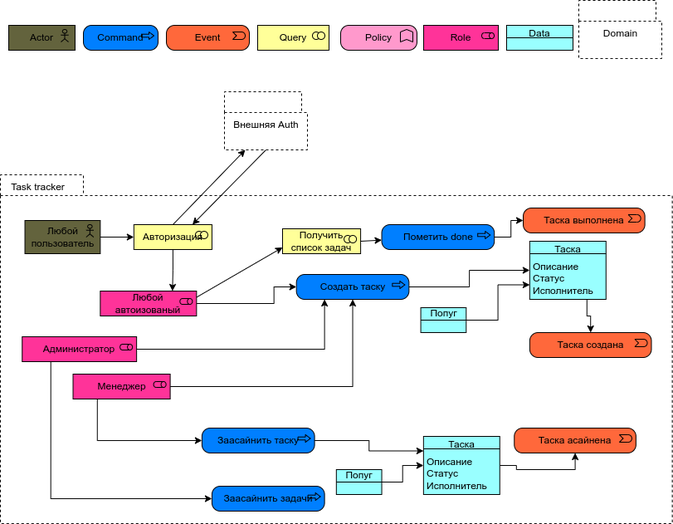
The draw.io diagram design/aTes.drawio.png in UberPopug-Inc/aTES, before a commit. Source tidied: cells renumbered, new cells last; positions are measured from the earlier drawing's top-left corner, leaving out a move shared by most shapes.
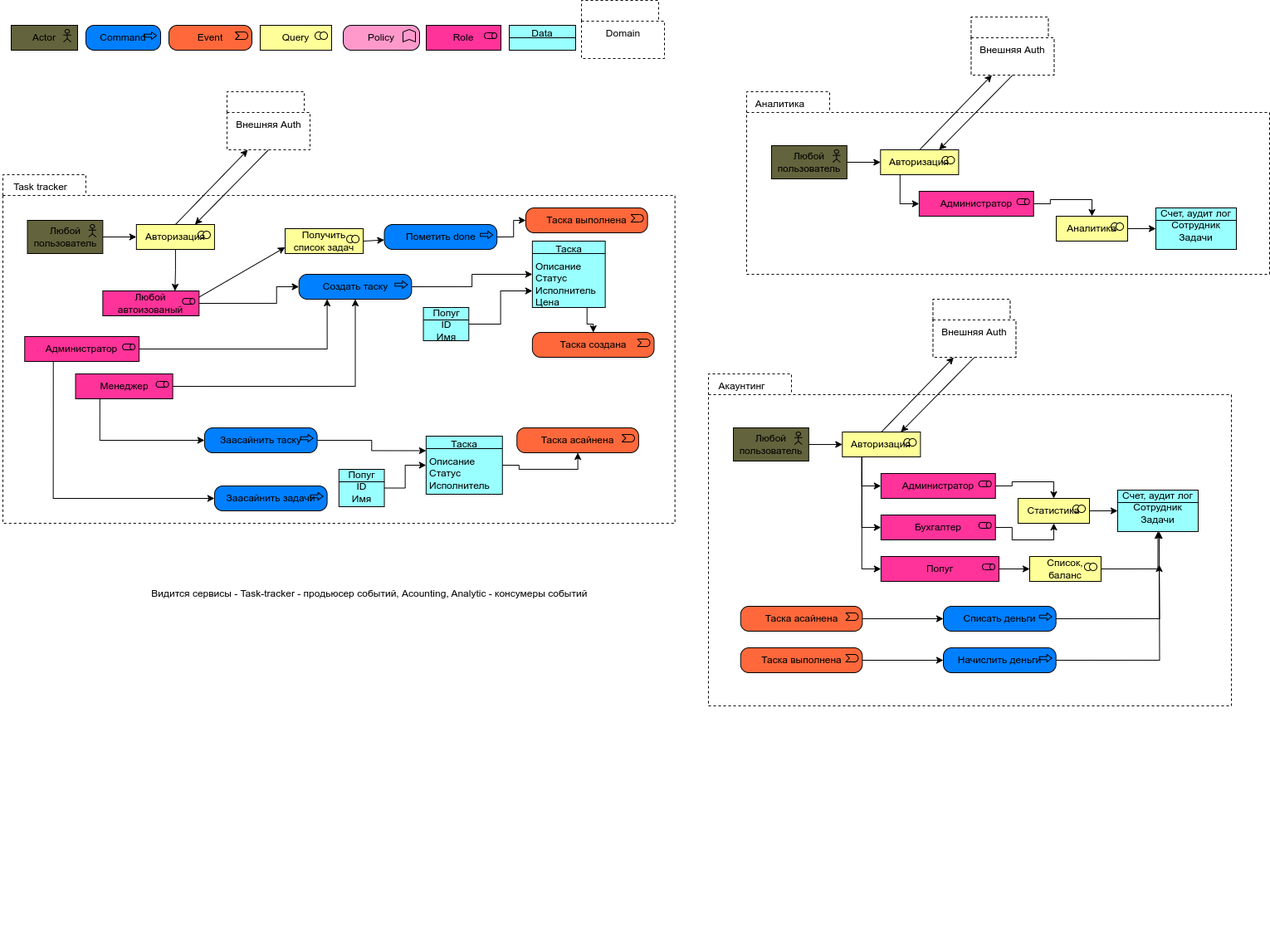
Later version of the same file.

What changed in the source:
```diff
@@ -24,7 +24,7 @@
       <mxGeometry x="697" width="100" height="70" as="geometry" />
     </mxCell>
     <mxCell id="9" style="group;" parent="1" vertex="1">
-      <mxGeometry x="65.7" y="210" width="744" height="420" as="geometry" />
+      <mxGeometry x="65.7" y="210" width="754.4" height="930" as="geometry" />
     </mxCell>
     <mxCell id="10" style="shape=folder;spacingTop=10;tabWidth=100;tabHeight=25;tabPosition=left;html=1;dashed=1;" parent="9" vertex="1">
       <mxGeometry x="-65.6" width="809.6" height="420" as="geometry" />
@@ -44,14 +44,14 @@
     <mxCell id="15" style="edgeStyle=orthogonalEdgeStyle;rounded=0;jettySize=auto;html=1;exitX=0.75;exitY=1;exitDx=0;exitDy=0;exitPerimeter=0;" parent="9" edge="1" source="16" target="26">
       <mxGeometry relative="1" as="geometry" />
     </mxCell>
-    <mxCell id="16" value="&lt;table cellpadding=&quot;0&quot; cellspacing=&quot;0&quot; style=&quot;font-size:1em;width:100%;height:100%;&quot;&gt;&lt;tbody&gt;&lt;tr style=&quot;height:20px;&quot;&gt;&lt;td align=&quot;center&quot;&gt;Таска&lt;/td&gt;&lt;/tr&gt;&lt;tr&gt;&lt;td align=&quot;left&quot; valign=&quot;top&quot; style=&quot;padding:4px;&quot;&gt;Описание&lt;br&gt;Статус&lt;br&gt;Исполнитель&lt;/td&gt;&lt;/tr&gt;&lt;/tbody&gt;&lt;/table&gt;" style="html=1;outlineConnect=0;whiteSpace=wrap;fillColor=#99ffff;shape=mxgraph.archimate3.businessObject;overflow=fill;" parent="9" vertex="1">
-      <mxGeometry x="572.2" y="80" width="91.9" height="70" as="geometry" />
+    <mxCell id="16" value="&lt;table cellpadding=&quot;0&quot; cellspacing=&quot;0&quot; style=&quot;font-size:1em;width:100%;height:100%;&quot;&gt;&lt;tbody&gt;&lt;tr style=&quot;height:20px;&quot;&gt;&lt;td align=&quot;center&quot;&gt;Таска&lt;/td&gt;&lt;/tr&gt;&lt;tr&gt;&lt;td align=&quot;left&quot; valign=&quot;top&quot; style=&quot;padding:4px;&quot;&gt;Описание&lt;br&gt;Статус&lt;br&gt;Исполнитель&lt;br&gt;Цена&lt;/td&gt;&lt;/tr&gt;&lt;/tbody&gt;&lt;/table&gt;" style="html=1;outlineConnect=0;whiteSpace=wrap;fillColor=#99ffff;shape=mxgraph.archimate3.businessObject;overflow=fill;" parent="9" vertex="1">
+      <mxGeometry x="572.2" y="80" width="87.8" height="80" as="geometry" />
     </mxCell>
     <mxCell id="17" style="edgeStyle=orthogonalEdgeStyle;rounded=0;jettySize=auto;html=1;entryX=0;entryY=0.75;entryDx=0;entryDy=0;entryPerimeter=0;" parent="9" edge="1" source="18" target="16">
       <mxGeometry relative="1" as="geometry" />
     </mxCell>
-    <mxCell id="18" value="Попуг&lt;br&gt;&lt;br&gt;&amp;nbsp;" style="html=1;outlineConnect=0;whiteSpace=wrap;fillColor=#99ffff;shape=mxgraph.archimate3.businessObject;overflow=fill;" parent="9" vertex="1">
-      <mxGeometry x="440.9" y="160" width="54.7" height="30" as="geometry" />
+    <mxCell id="18" value="Попуг&lt;br&gt;ID&lt;br&gt;Имя&lt;br&gt;&amp;nbsp;" style="html=1;outlineConnect=0;whiteSpace=wrap;fillColor=#99ffff;shape=mxgraph.archimate3.businessObject;overflow=fill;" parent="9" vertex="1">
+      <mxGeometry x="440.9" y="160" width="54.7" height="40" as="geometry" />
     </mxCell>
     <mxCell id="19" style="edgeStyle=orthogonalEdgeStyle;rounded=0;jettySize=auto;html=1;exitX=1;exitY=0.5;exitDx=0;exitDy=0;exitPerimeter=0;entryX=0;entryY=0.25;entryDx=0;entryDy=0;entryPerimeter=0;" parent="9" edge="1" source="20" target="22">
       <mxGeometry relative="1" as="geometry" />
@@ -62,14 +62,14 @@
     <mxCell id="21" style="edgeStyle=orthogonalEdgeStyle;rounded=0;jettySize=auto;html=1;exitX=1;exitY=0.5;exitDx=0;exitDy=0;exitPerimeter=0;entryX=0.5;entryY=1;entryDx=0;entryDy=0;entryPerimeter=0;" parent="9" edge="1" source="22" target="29">
       <mxGeometry relative="1" as="geometry" />
     </mxCell>
-    <mxCell id="22" value="&lt;table cellpadding=&quot;0&quot; cellspacing=&quot;0&quot; style=&quot;font-size:1em;width:100%;height:100%;&quot;&gt;&lt;tbody&gt;&lt;tr style=&quot;height:20px;&quot;&gt;&lt;td align=&quot;center&quot;&gt;Таска&lt;/td&gt;&lt;/tr&gt;&lt;tr&gt;&lt;td align=&quot;left&quot; valign=&quot;top&quot; style=&quot;padding:4px;&quot;&gt;Описание&lt;br&gt;Статус&lt;br&gt;Исполнитель&lt;/td&gt;&lt;/tr&gt;&lt;/tbody&gt;&lt;/table&gt;" style="html=1;outlineConnect=0;whiteSpace=wrap;fillColor=#99ffff;shape=mxgraph.archimate3.businessObject;overflow=fill;" parent="9" vertex="1">
+    <mxCell id="22" value="&lt;table cellpadding=&quot;0&quot; cellspacing=&quot;0&quot; style=&quot;font-size:1em;width:100%;height:100%;&quot;&gt;&lt;tbody&gt;&lt;tr style=&quot;height:20px;&quot;&gt;&lt;td align=&quot;center&quot;&gt;Таска&lt;/td&gt;&lt;/tr&gt;&lt;tr&gt;&lt;td align=&quot;left&quot; valign=&quot;top&quot; style=&quot;padding:4px;&quot;&gt;Описание&lt;br&gt;Статус&lt;br&gt;Исполнитель&lt;br&gt;&lt;/td&gt;&lt;/tr&gt;&lt;/tbody&gt;&lt;/table&gt;" style="html=1;outlineConnect=0;whiteSpace=wrap;fillColor=#99ffff;shape=mxgraph.archimate3.businessObject;overflow=fill;" parent="9" vertex="1">
       <mxGeometry x="444.2" y="315" width="91.9" height="70" as="geometry" />
     </mxCell>
     <mxCell id="23" style="edgeStyle=orthogonalEdgeStyle;rounded=0;jettySize=auto;html=1;exitX=1;exitY=0.5;exitDx=0;exitDy=0;exitPerimeter=0;" parent="9" edge="1" source="24" target="22">
       <mxGeometry relative="1" as="geometry" />
     </mxCell>
-    <mxCell id="24" value="Попуг&lt;br&gt;&lt;br&gt;&amp;nbsp;" style="html=1;outlineConnect=0;whiteSpace=wrap;fillColor=#99ffff;shape=mxgraph.archimate3.businessObject;overflow=fill;" parent="9" vertex="1">
-      <mxGeometry x="339.2" y="355" width="54.7" height="30" as="geometry" />
+    <mxCell id="24" value="Попуг&lt;br&gt;ID&lt;br style=&quot;border-color: var(--border-color);&quot;&gt;Имя&lt;br style=&quot;border-color: var(--border-color);&quot;&gt;&amp;nbsp;&lt;br&gt;&amp;nbsp;" style="html=1;outlineConnect=0;whiteSpace=wrap;fillColor=#99ffff;shape=mxgraph.archimate3.businessObject;overflow=fill;" parent="9" vertex="1">
+      <mxGeometry x="339.2" y="355" width="54.7" height="45" as="geometry" />
     </mxCell>
     <mxCell id="25" value="Заасайнить задачи" style="html=1;outlineConnect=0;whiteSpace=wrap;fillColor=#007FFF;shape=mxgraph.archimate3.application;appType=proc;archiType=rounded;" parent="9" vertex="1">
       <mxGeometry x="189.3" y="375" width="135.7" height="30" as="geometry" />
@@ -136,6 +136,109 @@
     <mxCell id="44" value="Task tracker" style="text;html=1;align=center;verticalAlign=middle;strokeColor=none;fillColor=none;" parent="9" vertex="1">
       <mxGeometry x="-65.7" width="90" height="30" as="geometry" />
     </mxCell>
+    <mxCell id="49" style="group;" parent="9" vertex="1">
+      <mxGeometry x="-68.6" y="530" width="800" height="400" as="geometry" />
+    </mxCell>
+    <mxCell id="50" style="shape=folder;spacingTop=10;tabWidth=100;tabHeight=25;tabPosition=left;html=1;dashed=1;" parent="49" vertex="1">
+      <mxGeometry x="853" y="-290" width="630" height="400" as="geometry" />
+    </mxCell>
+    <mxCell id="51" value="Акаунтинг" style="text;html=1;align=center;verticalAlign=middle;strokeColor=none;fillColor=none;" parent="49" vertex="1">
+      <mxGeometry x="853" y="-290" width="80" height="30" as="geometry" />
+    </mxCell>
+    <mxCell id="52" style="edgeStyle=orthogonalEdgeStyle;rounded=0;jettySize=auto;html=1;exitX=1;exitY=0.5;exitDx=0;exitDy=0;exitPerimeter=0;entryX=0.5;entryY=0;entryDx=0;entryDy=0;entryPerimeter=0;" parent="49" edge="1" source="53" target="72">
+      <mxGeometry relative="1" as="geometry" />
+    </mxCell>
+    <mxCell id="53" value="Администратор" style="html=1;outlineConnect=0;whiteSpace=wrap;fillColor=#FF3399;shape=mxgraph.archimate3.application;appType=role;archiType=square;" parent="49" vertex="1">
+      <mxGeometry x="1060.9" y="-170" width="137.9" height="30" as="geometry" />
+    </mxCell>
+    <mxCell id="54" style="edgeStyle=orthogonalEdgeStyle;rounded=0;jettySize=auto;html=1;exitX=1;exitY=0.5;exitDx=0;exitDy=0;exitPerimeter=0;entryX=0.5;entryY=1;entryDx=0;entryDy=0;entryPerimeter=0;" parent="49" edge="1" source="55" target="72">
+      <mxGeometry relative="1" as="geometry" />
+    </mxCell>
+    <mxCell id="55" value="Бухгалтер" style="html=1;outlineConnect=0;whiteSpace=wrap;fillColor=#FF3399;shape=mxgraph.archimate3.application;appType=role;archiType=square;" parent="49" vertex="1">
+      <mxGeometry x="1060.9" y="-120" width="137.9" height="30" as="geometry" />
+    </mxCell>
+    <mxCell id="56" style="group;" parent="49" vertex="1">
+      <mxGeometry x="883" y="-380" width="340.5" height="195" as="geometry" />
+    </mxCell>
+    <mxCell id="57" value="Любой пользователь" style="html=1;outlineConnect=0;whiteSpace=wrap;fillColor=#63633D;shape=mxgraph.archimate3.application;appType=actor;archiType=square;" parent="56" vertex="1">
+      <mxGeometry y="155" width="90.8" height="40" as="geometry" />
+    </mxCell>
+    <mxCell id="58" value="Авторизация" style="html=1;outlineConnect=0;whiteSpace=wrap;fillColor=#ffff99;shape=mxgraph.archimate3.application;appType=collab;archiType=square;" parent="56" vertex="1">
+      <mxGeometry x="131.3" y="160" width="94.1" height="30" as="geometry" />
+    </mxCell>
+    <mxCell id="59" style="edgeStyle=orthogonalEdgeStyle;rounded=0;jettySize=auto;html=1;exitX=1;exitY=0.5;exitDx=0;exitDy=0;exitPerimeter=0;entryX=0;entryY=0.5;entryDx=0;entryDy=0;entryPerimeter=0;" parent="56" edge="1" source="57" target="58">
+      <mxGeometry relative="1" as="geometry" />
+    </mxCell>
+    <mxCell id="60" style="rounded=0;jettySize=auto;html=1;exitX=0.5;exitY=1;exitDx=0;exitDy=0;exitPerimeter=0;entryX=0.75;entryY=0;entryDx=0;entryDy=0;entryPerimeter=0;" parent="56" edge="1" source="61" target="58">
+      <mxGeometry relative="1" as="geometry" />
+    </mxCell>
+    <mxCell id="61" value="Внешняя Auth" style="shape=folder;spacingTop=10;tabWidth=100;tabHeight=25;tabPosition=left;html=1;dashed=1;" parent="56" vertex="1">
+      <mxGeometry x="240.5" width="100" height="70" as="geometry" />
+    </mxCell>
+    <mxCell id="62" style="rounded=0;jettySize=auto;html=1;exitX=0.5;exitY=0;exitDx=0;exitDy=0;exitPerimeter=0;entryX=0.25;entryY=1;entryDx=0;entryDy=0;entryPerimeter=0;" parent="56" edge="1" source="58" target="61">
+      <mxGeometry relative="1" as="geometry" />
+    </mxCell>
+    <mxCell id="63" style="edgeStyle=orthogonalEdgeStyle;rounded=0;jettySize=auto;html=1;exitX=0.25;exitY=1;exitDx=0;exitDy=0;exitPerimeter=0;entryX=0;entryY=0.5;entryDx=0;entryDy=0;entryPerimeter=0;" parent="49" edge="1" source="58" target="53">
+      <mxGeometry relative="1" as="geometry" />
+    </mxCell>
+    <mxCell id="64" style="edgeStyle=orthogonalEdgeStyle;rounded=0;jettySize=auto;html=1;exitX=0.25;exitY=1;exitDx=0;exitDy=0;exitPerimeter=0;entryX=0;entryY=0.5;entryDx=0;entryDy=0;entryPerimeter=0;" parent="49" edge="1" source="58" target="55">
+      <mxGeometry relative="1" as="geometry" />
+    </mxCell>
+    <mxCell id="65" style="edgeStyle=orthogonalEdgeStyle;rounded=0;jettySize=auto;html=1;exitX=1;exitY=0.5;exitDx=0;exitDy=0;exitPerimeter=0;entryX=0;entryY=0.5;entryDx=0;entryDy=0;entryPerimeter=0;" parent="49" edge="1" source="66" target="70">
+      <mxGeometry relative="1" as="geometry" />
+    </mxCell>
+    <mxCell id="66" value="Попуг" style="html=1;outlineConnect=0;whiteSpace=wrap;fillColor=#FF3399;shape=mxgraph.archimate3.application;appType=role;archiType=square;" parent="49" vertex="1">
+      <mxGeometry x="1060.9" y="-70" width="142.1" height="30" as="geometry" />
+    </mxCell>
+    <mxCell id="67" style="edgeStyle=orthogonalEdgeStyle;rounded=0;jettySize=auto;html=1;exitX=0.25;exitY=1;exitDx=0;exitDy=0;exitPerimeter=0;entryX=0;entryY=0.5;entryDx=0;entryDy=0;entryPerimeter=0;" parent="49" edge="1" source="58" target="66">
+      <mxGeometry relative="1" as="geometry" />
+    </mxCell>
+    <mxCell id="68" value="Счет, аудит лог&lt;br&gt;Сотрудник&lt;br&gt;Задачи" style="html=1;outlineConnect=0;whiteSpace=wrap;fillColor=#99ffff;shape=mxgraph.archimate3.businessObject;overflow=fill;" parent="49" vertex="1">
+      <mxGeometry x="1346" y="-150" width="97" height="50" as="geometry" />
+    </mxCell>
+    <mxCell id="69" style="edgeStyle=orthogonalEdgeStyle;rounded=0;jettySize=auto;html=1;exitX=1;exitY=0.5;exitDx=0;exitDy=0;exitPerimeter=0;entryX=0.5;entryY=1;entryDx=0;entryDy=0;entryPerimeter=0;" parent="49" edge="1" source="70" target="68">
+      <mxGeometry relative="1" as="geometry" />
+    </mxCell>
+    <mxCell id="70" value="Список, баланс" style="html=1;outlineConnect=0;whiteSpace=wrap;fillColor=#ffff99;shape=mxgraph.archimate3.application;appType=collab;archiType=square;" parent="49" vertex="1">
+      <mxGeometry x="1240" y="-70" width="86" height="30" as="geometry" />
+    </mxCell>
+    <mxCell id="71" style="edgeStyle=orthogonalEdgeStyle;rounded=0;jettySize=auto;html=1;exitX=1;exitY=0.5;exitDx=0;exitDy=0;exitPerimeter=0;entryX=0;entryY=0.5;entryDx=0;entryDy=0;entryPerimeter=0;" parent="49" edge="1" source="72" target="68">
+      <mxGeometry relative="1" as="geometry" />
+    </mxCell>
+    <mxCell id="72" value="Статистика" style="html=1;outlineConnect=0;whiteSpace=wrap;fillColor=#ffff99;shape=mxgraph.archimate3.application;appType=collab;archiType=square;" parent="49" vertex="1">
+      <mxGeometry x="1226" y="-140" width="86" height="30" as="geometry" />
+    </mxCell>
+    <mxCell id="73" style="edgeStyle=orthogonalEdgeStyle;rounded=0;jettySize=auto;html=1;exitX=1;exitY=0.5;exitDx=0;exitDy=0;exitPerimeter=0;entryX=0;entryY=0.5;entryDx=0;entryDy=0;entryPerimeter=0;" parent="49" edge="1" source="74" target="78">
+      <mxGeometry relative="1" as="geometry" />
+    </mxCell>
+    <mxCell id="74" value="Таска асайнена" style="html=1;outlineConnect=0;whiteSpace=wrap;fillColor=#FF683B;shape=mxgraph.archimate3.application;appType=event;archiType=rounded;" parent="49" vertex="1">
+      <mxGeometry x="891.8" y="-10" width="146.6" height="30" as="geometry" />
+    </mxCell>
+    <mxCell id="75" style="edgeStyle=orthogonalEdgeStyle;rounded=0;jettySize=auto;html=1;exitX=1;exitY=0.5;exitDx=0;exitDy=0;exitPerimeter=0;entryX=0;entryY=0.5;entryDx=0;entryDy=0;entryPerimeter=0;" parent="49" edge="1" source="76" target="80">
+      <mxGeometry relative="1" as="geometry" />
+    </mxCell>
+    <mxCell id="76" value="Таска выполнена" style="html=1;outlineConnect=0;whiteSpace=wrap;fillColor=#FF683B;shape=mxgraph.archimate3.application;appType=event;archiType=rounded;" parent="49" vertex="1">
+      <mxGeometry x="891.8" y="40" width="146.6" height="30" as="geometry" />
+    </mxCell>
+    <mxCell id="77" style="edgeStyle=orthogonalEdgeStyle;rounded=0;jettySize=auto;html=1;exitX=1;exitY=0.5;exitDx=0;exitDy=0;exitPerimeter=0;" parent="49" edge="1" source="78">
+      <mxGeometry relative="1" as="geometry">
+        <mxPoint x="1396" y="-60" as="targetPoint" />
+      </mxGeometry>
+    </mxCell>
+    <mxCell id="78" value="Списать деньги" style="html=1;outlineConnect=0;whiteSpace=wrap;fillColor=#007FFF;shape=mxgraph.archimate3.application;appType=proc;archiType=rounded;" parent="49" vertex="1">
+      <mxGeometry x="1136" y="-10" width="135.7" height="30" as="geometry" />
+    </mxCell>
+    <mxCell id="79" style="edgeStyle=orthogonalEdgeStyle;rounded=0;jettySize=auto;html=1;exitX=1;exitY=0.5;exitDx=0;exitDy=0;exitPerimeter=0;" parent="49" edge="1" source="80">
+      <mxGeometry relative="1" as="geometry">
+        <mxPoint x="1396" y="-100" as="targetPoint" />
+      </mxGeometry>
+    </mxCell>
+    <mxCell id="80" value="Начислить деньги" style="html=1;outlineConnect=0;whiteSpace=wrap;fillColor=#007FFF;shape=mxgraph.archimate3.application;appType=proc;archiType=rounded;" parent="49" vertex="1">
+      <mxGeometry x="1136" y="40" width="135.7" height="30" as="geometry" />
+    </mxCell>
+    <mxCell id="81" value="Видится сервисы - Task-tracker - продьюсер событий, Acounting, Analytic - консумеры событий&amp;nbsp;" style="text;html=1;align=center;verticalAlign=middle;strokeColor=none;fillColor=none;" parent="9" vertex="1">
+      <mxGeometry x="102.2" y="490" width="550" height="30" as="geometry" />
+    </mxCell>
     <mxCell id="45" value="&lt;table cellpadding=&quot;0&quot; cellspacing=&quot;0&quot; style=&quot;font-size:1em;width:100%;height:100%;&quot;&gt;&lt;tbody&gt;&lt;tr style=&quot;height:20px;&quot;&gt;&lt;td align=&quot;center&quot;&gt;Data&lt;/td&gt;&lt;/tr&gt;&lt;tr&gt;&lt;td align=&quot;left&quot; valign=&quot;top&quot; style=&quot;padding:4px;&quot;&gt;&lt;/td&gt;&lt;/tr&gt;&lt;/tbody&gt;&lt;/table&gt;" style="html=1;whiteSpace=wrap;fillColor=#99ffff;shape=mxgraph.archimate3.businessObject;overflow=fill;" parent="1" vertex="1">
       <mxGeometry x="610" y="30" width="80" height="30" as="geometry" />
     </mxCell>
@@ -148,5 +251,50 @@
     <mxCell id="48" style="rounded=0;jettySize=auto;html=1;exitX=0.5;exitY=0;exitDx=0;exitDy=0;exitPerimeter=0;entryX=0.25;entryY=1;entryDx=0;entryDy=0;entryPerimeter=0;" parent="1" edge="1" source="28" target="47">
       <mxGeometry relative="1" as="geometry" />
     </mxCell>
+    <mxCell id="82" style="shape=folder;spacingTop=10;tabWidth=100;tabHeight=25;tabPosition=left;html=1;dashed=1;" parent="1" vertex="1">
+      <mxGeometry x="896" y="110" width="630" height="220" as="geometry" />
+    </mxCell>
+    <mxCell id="83" value="Аналитика" style="text;html=1;align=center;verticalAlign=middle;strokeColor=none;fillColor=none;" parent="1" vertex="1">
+      <mxGeometry x="896" y="110" width="80" height="30" as="geometry" />
+    </mxCell>
+    <mxCell id="84" style="edgeStyle=orthogonalEdgeStyle;rounded=0;jettySize=auto;html=1;exitX=1;exitY=0.5;exitDx=0;exitDy=0;exitPerimeter=0;entryX=0.5;entryY=0;entryDx=0;entryDy=0;entryPerimeter=0;" parent="1" edge="1" source="85" target="96">
+      <mxGeometry relative="1" as="geometry" />
+    </mxCell>
+    <mxCell id="85" value="Администратор" style="html=1;outlineConnect=0;whiteSpace=wrap;fillColor=#FF3399;shape=mxgraph.archimate3.application;appType=role;archiType=square;" parent="1" vertex="1">
+      <mxGeometry x="1103.9" y="230" width="137.9" height="30" as="geometry" />
+    </mxCell>
+    <mxCell id="86" style="group;" parent="1" vertex="1">
+      <mxGeometry x="926" y="20" width="340.5" height="195" as="geometry" />
+    </mxCell>
+    <mxCell id="87" value="Любой пользователь" style="html=1;outlineConnect=0;whiteSpace=wrap;fillColor=#63633D;shape=mxgraph.archimate3.application;appType=actor;archiType=square;" parent="86" vertex="1">
+      <mxGeometry y="155" width="90.8" height="40" as="geometry" />
+    </mxCell>
+    <mxCell id="88" value="Авторизация" style="html=1;outlineConnect=0;whiteSpace=wrap;fillColor=#ffff99;shape=mxgraph.archimate3.application;appType=collab;archiType=square;" parent="86" vertex="1">
+      <mxGeometry x="131.3" y="160" width="94.1" height="30" as="geometry" />
+    </mxCell>
+    <mxCell id="89" style="edgeStyle=orthogonalEdgeStyle;rounded=0;jettySize=auto;html=1;exitX=1;exitY=0.5;exitDx=0;exitDy=0;exitPerimeter=0;entryX=0;entryY=0.5;entryDx=0;entryDy=0;entryPerimeter=0;" parent="86" edge="1" source="87" target="88">
+      <mxGeometry relative="1" as="geometry" />
+    </mxCell>
+    <mxCell id="90" style="rounded=0;jettySize=auto;html=1;exitX=0.5;exitY=1;exitDx=0;exitDy=0;exitPerimeter=0;entryX=0.75;entryY=0;entryDx=0;entryDy=0;entryPerimeter=0;" parent="86" edge="1" source="91" target="88">
+      <mxGeometry relative="1" as="geometry" />
+    </mxCell>
+    <mxCell id="91" value="Внешняя Auth" style="shape=folder;spacingTop=10;tabWidth=100;tabHeight=25;tabPosition=left;html=1;dashed=1;" parent="86" vertex="1">
+      <mxGeometry x="240.5" width="100" height="70" as="geometry" />
+    </mxCell>
+    <mxCell id="92" style="rounded=0;jettySize=auto;html=1;exitX=0.5;exitY=0;exitDx=0;exitDy=0;exitPerimeter=0;entryX=0.25;entryY=1;entryDx=0;entryDy=0;entryPerimeter=0;" parent="86" edge="1" source="88" target="91">
+      <mxGeometry relative="1" as="geometry" />
+    </mxCell>
+    <mxCell id="93" style="edgeStyle=orthogonalEdgeStyle;rounded=0;jettySize=auto;html=1;exitX=0.25;exitY=1;exitDx=0;exitDy=0;exitPerimeter=0;entryX=0;entryY=0.5;entryDx=0;entryDy=0;entryPerimeter=0;" parent="1" edge="1" source="88" target="85">
+      <mxGeometry relative="1" as="geometry" />
+    </mxCell>
+    <mxCell id="94" value="Счет, аудит лог&lt;br&gt;Сотрудник&lt;br&gt;Задачи" style="html=1;outlineConnect=0;whiteSpace=wrap;fillColor=#99ffff;shape=mxgraph.archimate3.businessObject;overflow=fill;" parent="1" vertex="1">
+      <mxGeometry x="1389" y="250" width="97" height="50" as="geometry" />
+    </mxCell>
+    <mxCell id="95" style="edgeStyle=orthogonalEdgeStyle;rounded=0;jettySize=auto;html=1;exitX=1;exitY=0.5;exitDx=0;exitDy=0;exitPerimeter=0;entryX=0;entryY=0.5;entryDx=0;entryDy=0;entryPerimeter=0;" parent="1" edge="1" source="96" target="94">
+      <mxGeometry relative="1" as="geometry" />
+    </mxCell>
+    <mxCell id="96" value="Аналитика" style="html=1;outlineConnect=0;whiteSpace=wrap;fillColor=#ffff99;shape=mxgraph.archimate3.application;appType=collab;archiType=square;" parent="1" vertex="1">
+      <mxGeometry x="1269" y="260" width="86" height="30" as="geometry" />
+    </mxCell>
   </root>
 </mxGraphModel>
```
